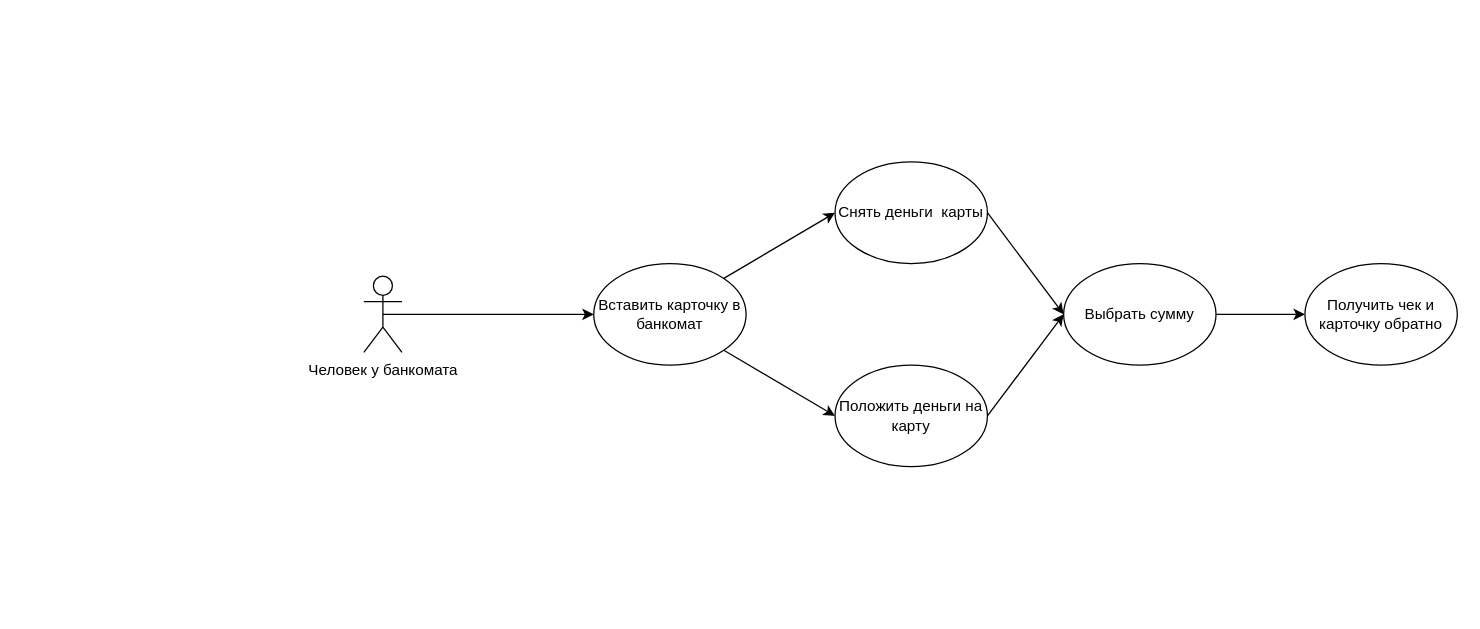
Before: Diagram_precedents2.drawio in VyugaSW/Diagrams_2, a draw.io diagram. Source tidied: cells renumbered, new cells numbered last; positions are measured from the earlier drawing's top-left corner, leaving out a move shared by most shapes. Both pictures are drawn from the tidied source at 127%, with x=0, y=0 at pixel (363, 161).
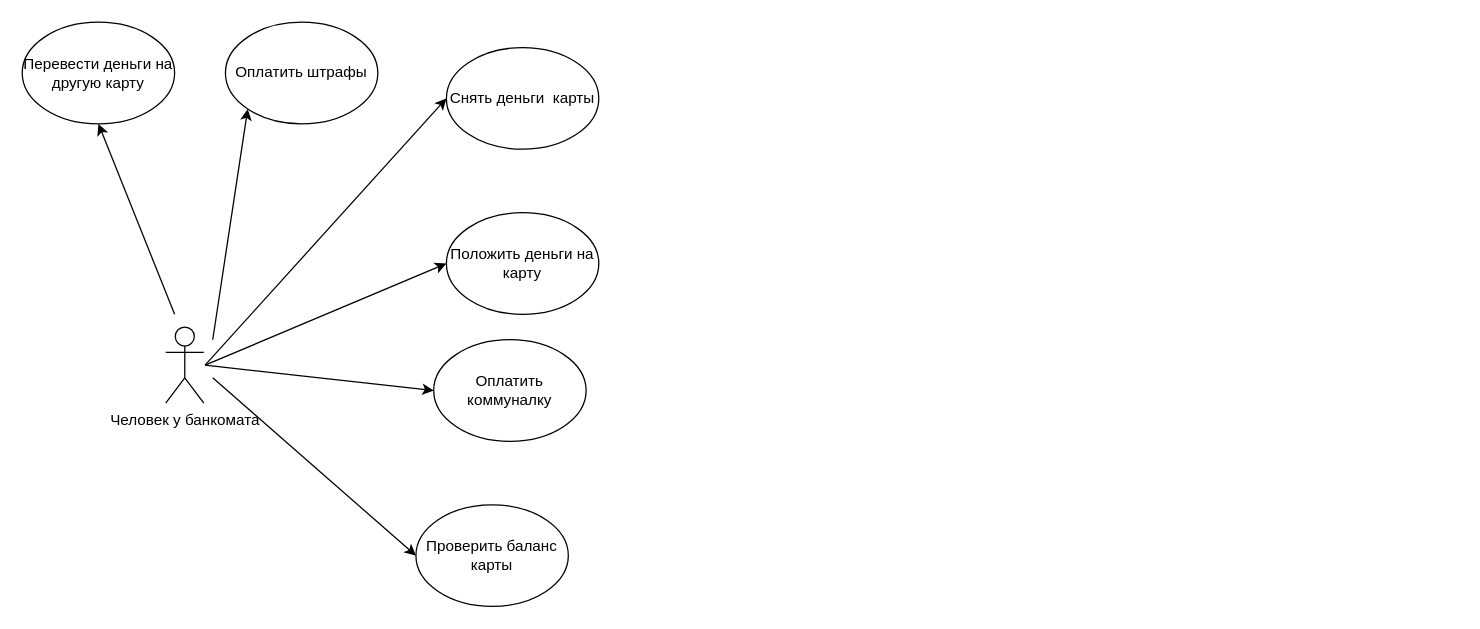
The same diagram, later.

The edit, as a diff of the source:
```diff
@@
 <mxGraphModel>
   <root>
     <mxCell id="0" />
     <mxCell id="1" parent="0" />
     <mxCell id="2" value="Человек у банкомата&lt;br&gt;" style="shape=umlActor;verticalLabelPosition=bottom;verticalAlign=top;html=1;outlineConnect=0;" parent="1" vertex="1">
-      <mxGeometry y="90" width="30" height="60" as="geometry" />
+      <mxGeometry x="-156" y="130" width="30" height="60" as="geometry" />
     </mxCell>
-    <mxCell id="3" value="Вставить карточку в банкомат" style="ellipse;whiteSpace=wrap;html=1;" parent="1" vertex="1">
-      <mxGeometry x="181" y="80" width="120" height="80" as="geometry" />
-    </mxCell>
-    <mxCell id="4" style="endArrow=classic;html=1;rounded=0;entryX=0;entryY=0.5;entryDx=0;entryDy=0;exitX=0.5;exitY=0.5;exitDx=0;exitDy=0;exitPerimeter=0;" parent="1" edge="1" source="2" target="3">
-      <mxGeometry relative="1" as="geometry" />
-    </mxCell>
-    <mxCell id="5" style="endArrow=classic;html=1;rounded=0;exitX=1;exitY=0;exitDx=0;exitDy=0;entryX=0;entryY=0.5;entryDx=0;entryDy=0;" parent="1" edge="1" source="3" target="7">
-      <mxGeometry relative="1" as="geometry" />
+    <mxCell id="5" style="endArrow=classic;html=1;rounded=0;entryX=0;entryY=0.5;entryDx=0;entryDy=0;" parent="1" edge="1" target="7">
+      <mxGeometry relative="1" as="geometry">
+        <mxPoint x="-125" y="160" as="sourcePoint" />
+      </mxGeometry>
     </mxCell>
-    <mxCell id="6" style="endArrow=classic;html=1;rounded=0;exitX=1;exitY=1;exitDx=0;exitDy=0;entryX=0;entryY=0.5;entryDx=0;entryDy=0;" parent="1" edge="1" source="3" target="8">
-      <mxGeometry relative="1" as="geometry" />
+    <mxCell id="6" style="endArrow=classic;html=1;rounded=0;entryX=0;entryY=0.5;entryDx=0;entryDy=0;" parent="1" edge="1" target="8">
+      <mxGeometry relative="1" as="geometry">
+        <mxPoint x="-125" y="160" as="sourcePoint" />
+      </mxGeometry>
     </mxCell>
     <mxCell id="7" value="Снять деньги&amp;nbsp; карты" style="ellipse;whiteSpace=wrap;html=1;" parent="1" vertex="1">
-      <mxGeometry x="371" width="120" height="80" as="geometry" />
+      <mxGeometry x="65" y="-90" width="120" height="80" as="geometry" />
     </mxCell>
     <mxCell id="8" value="Положить деньги на карту" style="ellipse;whiteSpace=wrap;html=1;" parent="1" vertex="1">
-      <mxGeometry x="371" y="160" width="120" height="80" as="geometry" />
+      <mxGeometry x="65" y="40" width="120" height="80" as="geometry" />
     </mxCell>
-    <mxCell id="9" value="Выбрать сумму" style="ellipse;whiteSpace=wrap;html=1;" parent="1" vertex="1">
-      <mxGeometry x="551" y="80" width="120" height="80" as="geometry" />
-    </mxCell>
-    <mxCell id="10" style="endArrow=classic;html=1;rounded=0;exitX=1;exitY=0.5;exitDx=0;exitDy=0;entryX=0;entryY=0.5;entryDx=0;entryDy=0;" parent="1" edge="1" source="7" target="9">
-      <mxGeometry relative="1" as="geometry" />
-    </mxCell>
-    <mxCell id="11" style="endArrow=classic;html=1;rounded=0;exitX=1;exitY=0.5;exitDx=0;exitDy=0;entryX=0;entryY=0.5;entryDx=0;entryDy=0;" parent="1" edge="1" source="8" target="9">
-      <mxGeometry relative="1" as="geometry" />
-    </mxCell>
-    <mxCell id="12" value="Получить чек и карточку обратно" style="ellipse;whiteSpace=wrap;html=1;" parent="1" vertex="1">
-      <mxGeometry x="741" y="80" width="120" height="80" as="geometry" />
-    </mxCell>
-    <mxCell id="13" style="endArrow=classic;html=1;rounded=0;exitX=1;exitY=0.5;exitDx=0;exitDy=0;entryX=0;entryY=0.5;entryDx=0;entryDy=0;" parent="1" edge="1" source="9" target="12">
-      <mxGeometry relative="1" as="geometry" />
-    </mxCell>
+    <mxCell id="14" value="Оплатить коммуналку" style="ellipse;whiteSpace=wrap;html=1;" parent="1" vertex="1">
+      <mxGeometry x="55" y="140" width="120" height="80" as="geometry" />
+    </mxCell>
+    <mxCell id="15" style="endArrow=classic;html=1;rounded=0;entryX=0;entryY=0.5;entryDx=0;entryDy=0;" parent="1" edge="1" target="14">
+      <mxGeometry relative="1" as="geometry">
+        <mxPoint x="-125" y="160" as="sourcePoint" />
+      </mxGeometry>
+    </mxCell>
+    <mxCell id="16" value="Проверить баланс карты" style="ellipse;whiteSpace=wrap;html=1;" parent="1" vertex="1">
+      <mxGeometry x="41" y="270" width="120" height="80" as="geometry" />
+    </mxCell>
+    <mxCell id="17" value="Оплатить штрафы&lt;br&gt;" style="ellipse;whiteSpace=wrap;html=1;" parent="1" vertex="1">
+      <mxGeometry x="-109" y="-110" width="120" height="80" as="geometry" />
+    </mxCell>
+    <mxCell id="18" style="endArrow=classic;html=1;rounded=0;entryX=0;entryY=1;entryDx=0;entryDy=0;" parent="1" edge="1" target="17">
+      <mxGeometry relative="1" as="geometry">
+        <mxPoint x="-119" y="140" as="sourcePoint" />
+      </mxGeometry>
+    </mxCell>
+    <mxCell id="19" style="endArrow=classic;html=1;rounded=0;entryX=0;entryY=0.5;entryDx=0;entryDy=0;" parent="1" edge="1" target="16">
+      <mxGeometry relative="1" as="geometry">
+        <mxPoint x="-119" y="170" as="sourcePoint" />
+      </mxGeometry>
+    </mxCell>
+    <mxCell id="20" value="Перевести деньги на другую карту" style="ellipse;whiteSpace=wrap;html=1;" parent="1" vertex="1">
+      <mxGeometry x="-269" y="-110" width="120" height="80" as="geometry" />
+    </mxCell>
+    <mxCell id="21" style="endArrow=classic;html=1;rounded=0;entryX=0.5;entryY=1;entryDx=0;entryDy=0;" parent="1" edge="1" target="20">
+      <mxGeometry relative="1" as="geometry">
+        <mxPoint x="-149" y="120" as="sourcePoint" />
+      </mxGeometry>
+    </mxCell>
   </root>
 </mxGraphModel>
```
